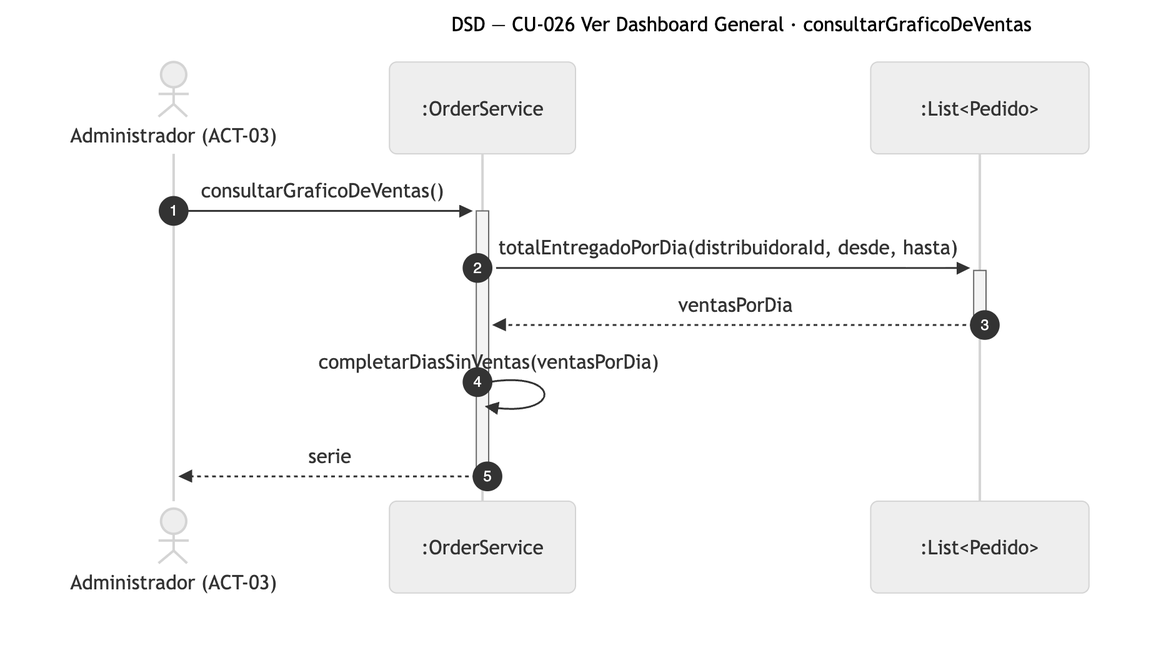
The Mermaid diagram diagramas/png/DSD_CU-026_consultarGraficoDeVentas.png in Nahuelito-Dev/splg-docs, before a commit. Its source is kept beside it as diagramas/DSD_CU-026_consultarGraficoDeVentas.mmd.
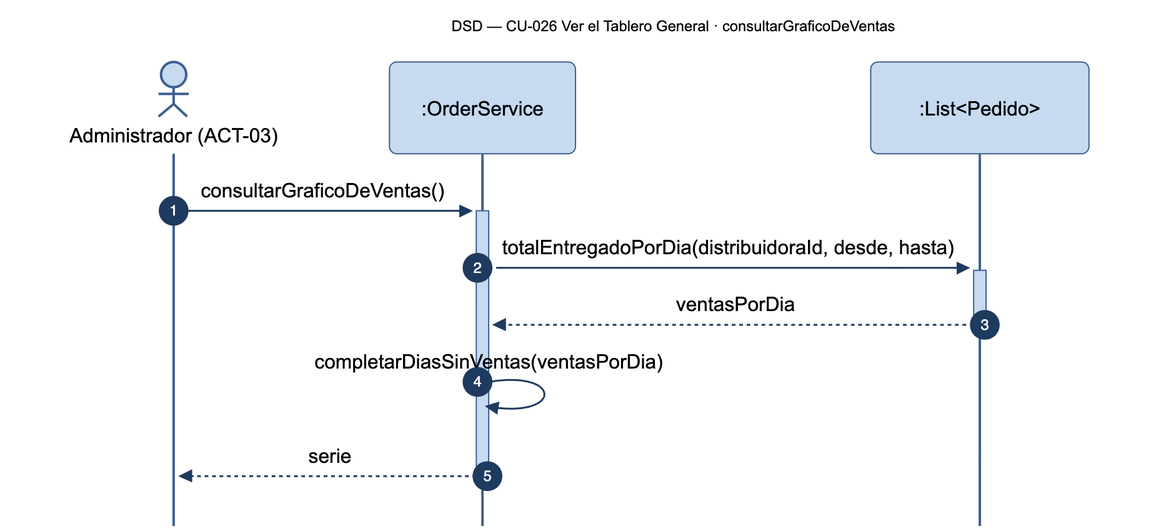
The same file after the commit.

What changed in the source:
```diff
@@ -1,5 +1,5 @@
 sequenceDiagram
-    title DSD — CU-026 Ver Dashboard General · consultarGraficoDeVentas
+    title DSD — CU-026 Ver el Tablero General · consultarGraficoDeVentas
     autonumber
     actor ADM as Administrador (ACT-03)
     participant SRV as :OrderService
```
